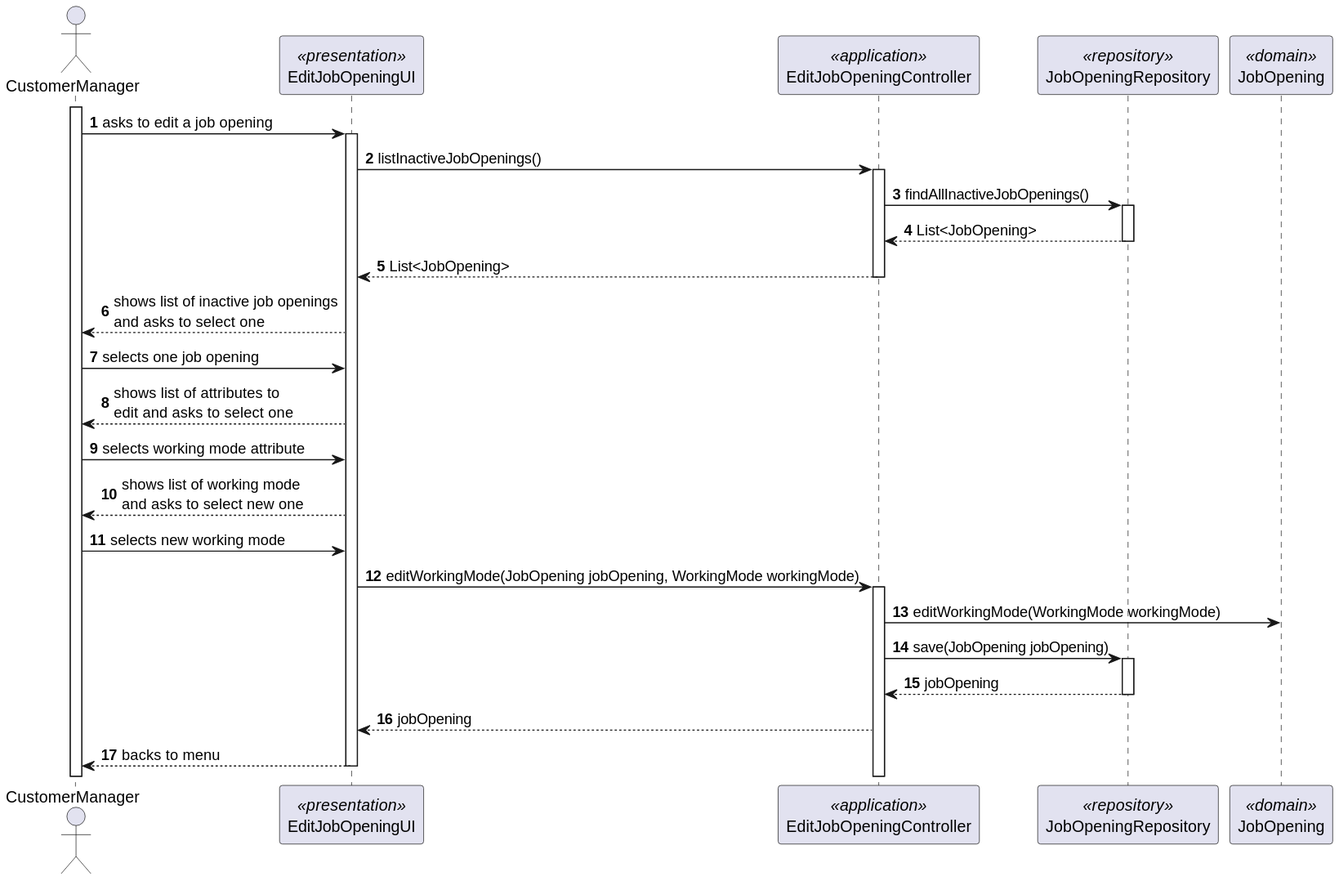
Before: docs/SprintC/us1004/SD/SD-Edit-Working-Mode.svg, a diagram exported from PlantUML (Rodrick0209/ISEP-SEM4PI-23-24). The source it was exported from:
```plantuml
@startuml

autonumber

actor CustomerManager
participant EditJobOpeningUI <<presentation>>
participant EditJobOpeningController <<application>>
participant JobOpeningRepository <<repository>>
participant JobOpening <<domain>>

activate CustomerManager
CustomerManager -> EditJobOpeningUI : asks to edit a job opening
activate EditJobOpeningUI
EditJobOpeningUI -> EditJobOpeningController : listInactiveJobOpenings()
activate EditJobOpeningController
EditJobOpeningController -> JobOpeningRepository : findAllInactiveJobOpenings()
activate JobOpeningRepository
JobOpeningRepository --> EditJobOpeningController : List<JobOpening>
deactivate JobOpeningRepository
EditJobOpeningController --> EditJobOpeningUI : List<JobOpening>
deactivate EditJobOpeningController
EditJobOpeningUI --> CustomerManager : shows list of inactive job openings\nand asks to select one
CustomerManager -> EditJobOpeningUI : selects one job opening
EditJobOpeningUI --> CustomerManager : shows list of attributes to\nedit and asks to select one
CustomerManager -> EditJobOpeningUI : selects working mode attribute
EditJobOpeningUI --> CustomerManager : shows list of working mode\nand asks to select new one
CustomerManager -> EditJobOpeningUI : selects new working mode
EditJobOpeningUI -> EditJobOpeningController : editWorkingMode(JobOpening jobOpening, WorkingMode workingMode)
activate EditJobOpeningController
EditJobOpeningController -> JobOpening : editWorkingMode(WorkingMode workingMode)
EditJobOpeningController -> JobOpeningRepository : save(JobOpening jobOpening)
activate JobOpeningRepository
JobOpeningRepository --> EditJobOpeningController : jobOpening
deactivate JobOpeningRepository
EditJobOpeningController --> EditJobOpeningUI : jobOpening
EditJobOpeningUI --> CustomerManager : backs to menu
deactivate EditJobOpeningUI
@enduml
```
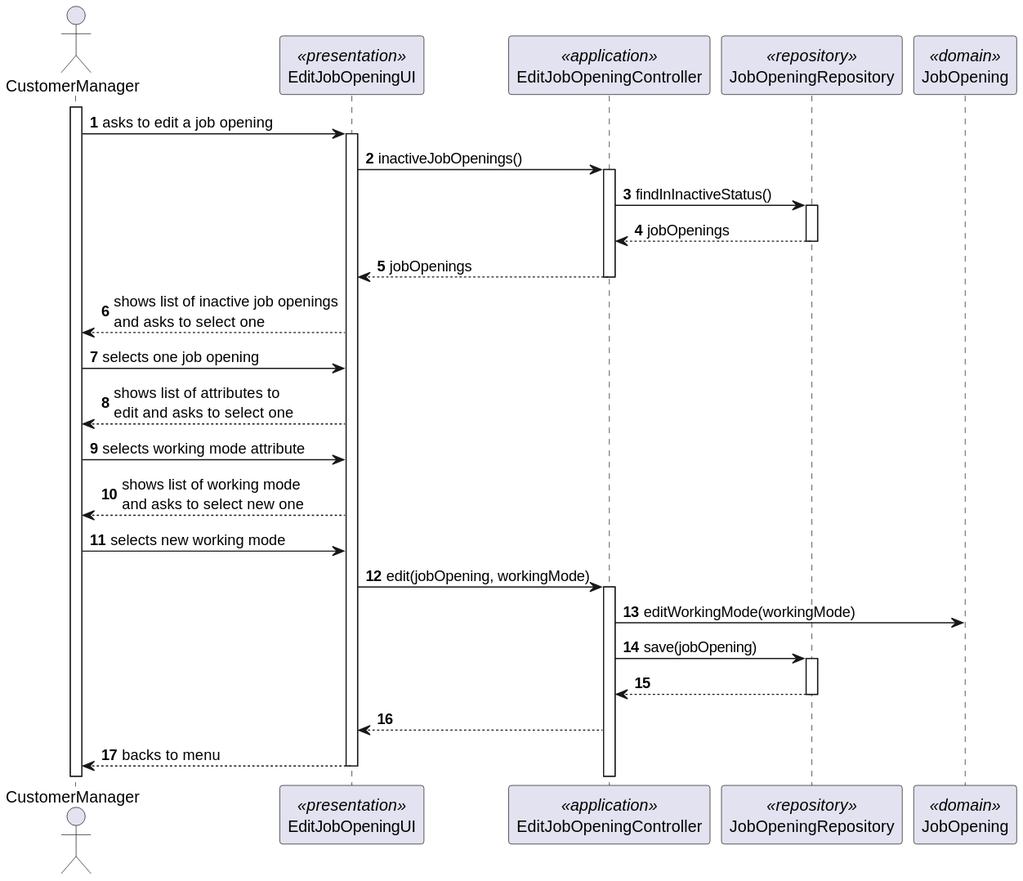
Later version of the same file.

What changed in the source:
```diff
@@ -11,13 +11,13 @@
 activate CustomerManager
 CustomerManager -> EditJobOpeningUI : asks to edit a job opening
 activate EditJobOpeningUI
-EditJobOpeningUI -> EditJobOpeningController : listInactiveJobOpenings()
+EditJobOpeningUI -> EditJobOpeningController : inactiveJobOpenings()
 activate EditJobOpeningController
-EditJobOpeningController -> JobOpeningRepository : findAllInactiveJobOpenings()
+EditJobOpeningController -> JobOpeningRepository : findInInactiveStatus()
 activate JobOpeningRepository
-JobOpeningRepository --> EditJobOpeningController : List<JobOpening>
+JobOpeningRepository --> EditJobOpeningController : jobOpenings
 deactivate JobOpeningRepository
-EditJobOpeningController --> EditJobOpeningUI : List<JobOpening>
+EditJobOpeningController --> EditJobOpeningUI : jobOpenings
 deactivate EditJobOpeningController
 EditJobOpeningUI --> CustomerManager : shows list of inactive job openings\nand asks to select one
 CustomerManager -> EditJobOpeningUI : selects one job opening
@@ -25,14 +25,14 @@
 CustomerManager -> EditJobOpeningUI : selects working mode attribute
 EditJobOpeningUI --> CustomerManager : shows list of working mode\nand asks to select new one
 CustomerManager -> EditJobOpeningUI : selects new working mode
-EditJobOpeningUI -> EditJobOpeningController : editWorkingMode(JobOpening jobOpening, WorkingMode workingMode)
+EditJobOpeningUI -> EditJobOpeningController : edit(jobOpening, workingMode)
 activate EditJobOpeningController
-EditJobOpeningController -> JobOpening : editWorkingMode(WorkingMode workingMode)
-EditJobOpeningController -> JobOpeningRepository : save(JobOpening jobOpening)
+EditJobOpeningController -> JobOpening : editWorkingMode(workingMode)
+EditJobOpeningController -> JobOpeningRepository : save(jobOpening)
 activate JobOpeningRepository
-JobOpeningRepository --> EditJobOpeningController : jobOpening
+JobOpeningRepository --> EditJobOpeningController :
 deactivate JobOpeningRepository
-EditJobOpeningController --> EditJobOpeningUI : jobOpening
+EditJobOpeningController --> EditJobOpeningUI :
 EditJobOpeningUI --> CustomerManager : backs to menu
 deactivate EditJobOpeningUI
 @enduml
```
